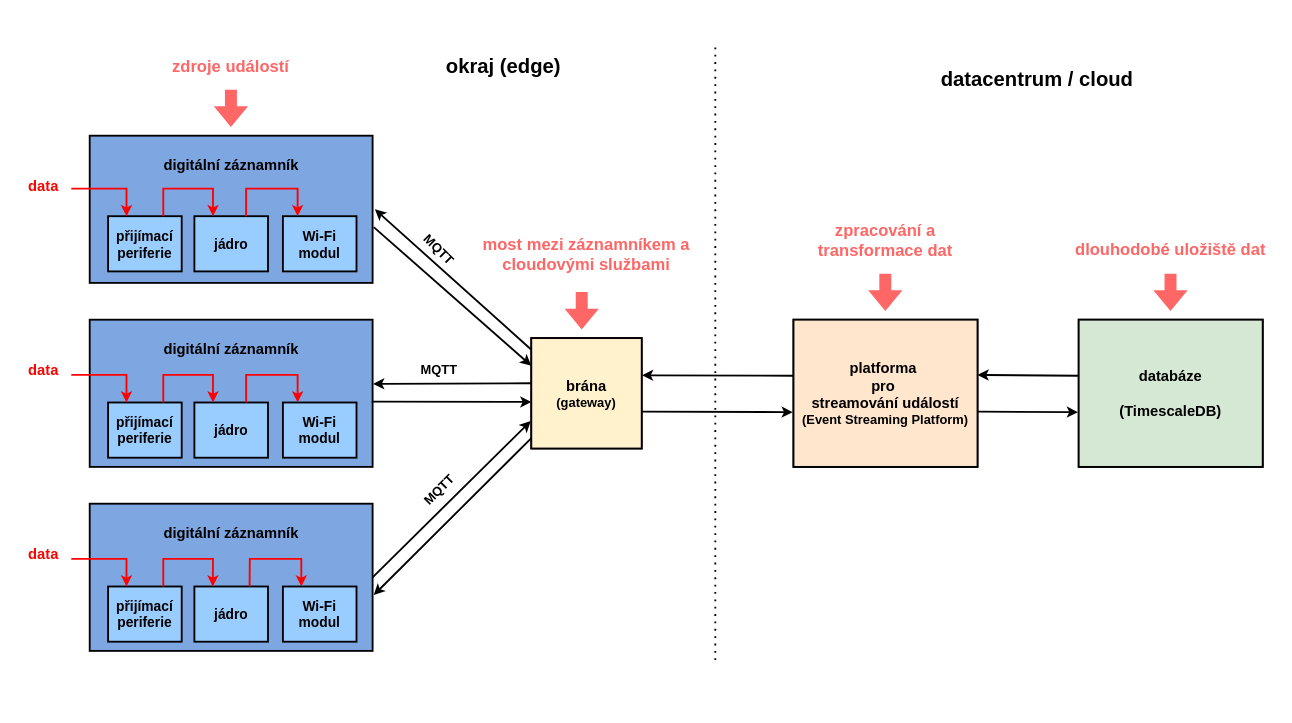
The draw.io diagram diagrams/advanced_architecture_of_datalogging/advanced_architecture_of_datalogging.drawio in Doly02/thesis, before the edit. Source tidied: cells renumbered, new cells numbered last; positions are measured from the earlier drawing's top-left corner, leaving out a move shared by most shapes. Both pictures are drawn from the tidied source at 92%, with x=0, y=0 at pixel (16, 43).
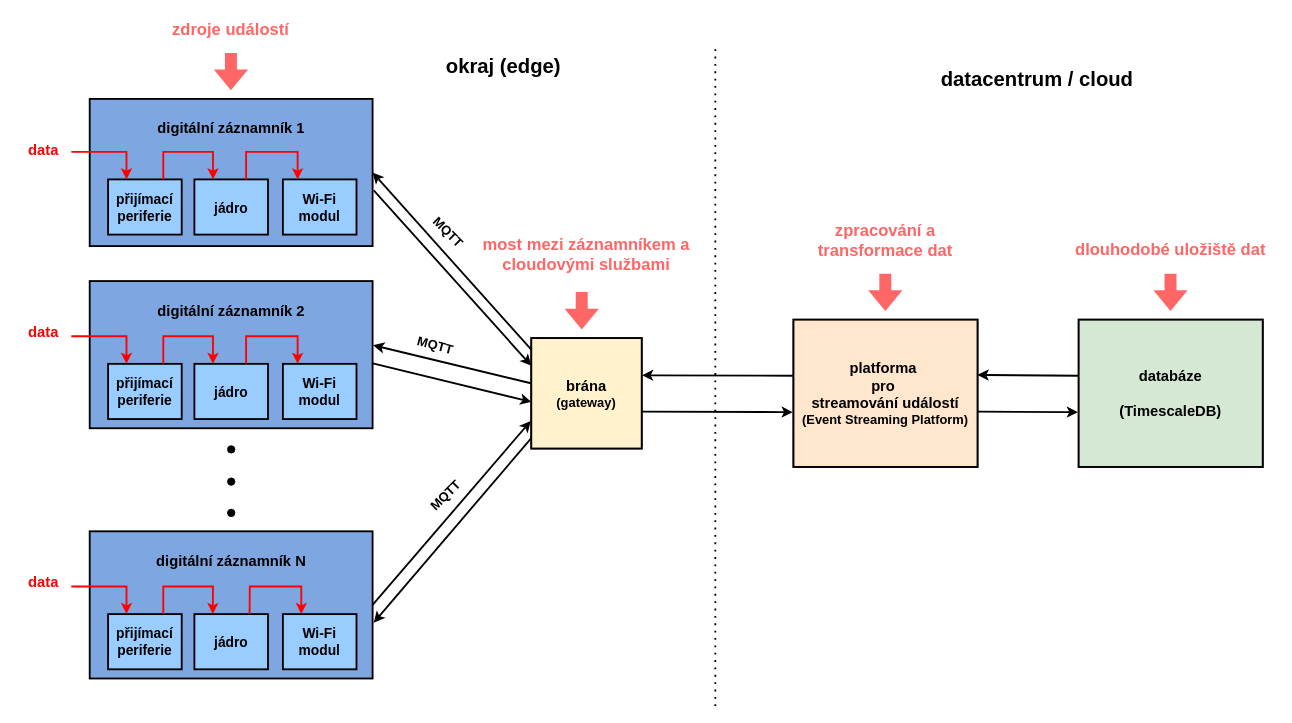
The same diagram, later.

Unchanged cells that the change refers to:
```xml
<mxCell id="6" value="&lt;font style=&quot;font-size: 16px;&quot;&gt;&lt;b&gt;brána&lt;/b&gt;&lt;/font&gt;&lt;div&gt;&lt;div&gt;&lt;font style=&quot;font-size: 14px;&quot;&gt;&lt;b style=&quot;&quot;&gt;(gateway)&lt;/b&gt;&lt;/font&gt;&lt;/div&gt;&lt;/div&gt;" style="text;html=1;align=center;verticalAlign=middle;whiteSpace=wrap;rounded=0;fillColor=#fff2cc;strokeColor=#000000;strokeWidth=2;" parent="1" vertex="1">
  <mxGeometry x="560" y="320" width="120" height="120" as="geometry" />
</mxCell>
```

What changed in the source:
```diff
@@
-    <mxCell id="2" value="&lt;font style=&quot;font-size: 16px;&quot;&gt;&lt;b&gt;digitální záznamník&lt;/b&gt;&lt;/font&gt;&lt;div&gt;&lt;font style=&quot;font-size: 16px;&quot;&gt;&lt;b&gt;&lt;br&gt;&lt;/b&gt;&lt;/font&gt;&lt;/div&gt;&lt;div&gt;&lt;font style=&quot;font-size: 16px;&quot;&gt;&lt;b&gt;&lt;br&gt;&lt;/b&gt;&lt;/font&gt;&lt;/div&gt;&lt;div&gt;&lt;font style=&quot;font-size: 16px;&quot;&gt;&lt;b&gt;&lt;br&gt;&lt;/b&gt;&lt;/font&gt;&lt;/div&gt;&lt;div&gt;&lt;font style=&quot;font-size: 16px;&quot;&gt;&lt;b&gt;&lt;br&gt;&lt;/b&gt;&lt;/font&gt;&lt;/div&gt;&lt;div&gt;&lt;font style=&quot;font-size: 16px;&quot;&gt;&lt;b&gt;&lt;br&gt;&lt;/b&gt;&lt;/font&gt;&lt;/div&gt;" style="text;html=1;align=center;verticalAlign=middle;whiteSpace=wrap;rounded=0;fillColor=#7EA6E0;strokeColor=default;strokeWidth=2;" parent="1" vertex="1">
-      <mxGeometry x="80" y="100" width="307.5" height="160" as="geometry" />
+    <mxCell id="2" value="&lt;font style=&quot;font-size: 16px;&quot;&gt;&lt;b&gt;digitální záznamník 1&lt;/b&gt;&lt;/font&gt;&lt;div&gt;&lt;font style=&quot;font-size: 16px;&quot;&gt;&lt;b&gt;&lt;br&gt;&lt;/b&gt;&lt;/font&gt;&lt;/div&gt;&lt;div&gt;&lt;font style=&quot;font-size: 16px;&quot;&gt;&lt;b&gt;&lt;br&gt;&lt;/b&gt;&lt;/font&gt;&lt;/div&gt;&lt;div&gt;&lt;font style=&quot;font-size: 16px;&quot;&gt;&lt;b&gt;&lt;br&gt;&lt;/b&gt;&lt;/font&gt;&lt;/div&gt;&lt;div&gt;&lt;font style=&quot;font-size: 16px;&quot;&gt;&lt;b&gt;&lt;br&gt;&lt;/b&gt;&lt;/font&gt;&lt;/div&gt;&lt;div&gt;&lt;font style=&quot;font-size: 16px;&quot;&gt;&lt;b&gt;&lt;br&gt;&lt;/b&gt;&lt;/font&gt;&lt;/div&gt;" style="text;html=1;align=center;verticalAlign=middle;whiteSpace=wrap;rounded=0;fillColor=#7EA6E0;strokeColor=default;strokeWidth=2;" parent="1" vertex="1">
+      <mxGeometry x="80" y="60" width="307.5" height="160" as="geometry" />
     </mxCell>
-    <mxCell id="3" value="&lt;font style=&quot;font-size: 16px;&quot;&gt;&lt;b&gt;digitální záznamník&lt;/b&gt;&lt;/font&gt;&lt;div&gt;&lt;font style=&quot;font-size: 16px;&quot;&gt;&lt;b&gt;&lt;br&gt;&lt;/b&gt;&lt;/font&gt;&lt;/div&gt;&lt;div&gt;&lt;font style=&quot;font-size: 16px;&quot;&gt;&lt;b&gt;&lt;br&gt;&lt;/b&gt;&lt;/font&gt;&lt;/div&gt;&lt;div&gt;&lt;font style=&quot;font-size: 16px;&quot;&gt;&lt;b&gt;&lt;br&gt;&lt;/b&gt;&lt;/font&gt;&lt;/div&gt;&lt;div&gt;&lt;font style=&quot;font-size: 16px;&quot;&gt;&lt;b&gt;&lt;br&gt;&lt;/b&gt;&lt;/font&gt;&lt;/div&gt;&lt;div&gt;&lt;font style=&quot;font-size: 16px;&quot;&gt;&lt;b&gt;&lt;br&gt;&lt;/b&gt;&lt;/font&gt;&lt;/div&gt;" style="text;html=1;align=center;verticalAlign=middle;whiteSpace=wrap;rounded=0;fillColor=#7EA6E0;strokeColor=default;strokeWidth=2;" parent="1" vertex="1">
-      <mxGeometry x="80" y="300" width="307.5" height="160" as="geometry" />
+    <mxCell id="3" value="&lt;font style=&quot;font-size: 16px;&quot;&gt;&lt;b&gt;digitální záznamník 2&lt;/b&gt;&lt;/font&gt;&lt;div&gt;&lt;font style=&quot;font-size: 16px;&quot;&gt;&lt;b&gt;&lt;br&gt;&lt;/b&gt;&lt;/font&gt;&lt;/div&gt;&lt;div&gt;&lt;font style=&quot;font-size: 16px;&quot;&gt;&lt;b&gt;&lt;br&gt;&lt;/b&gt;&lt;/font&gt;&lt;/div&gt;&lt;div&gt;&lt;font style=&quot;font-size: 16px;&quot;&gt;&lt;b&gt;&lt;br&gt;&lt;/b&gt;&lt;/font&gt;&lt;/div&gt;&lt;div&gt;&lt;font style=&quot;font-size: 16px;&quot;&gt;&lt;b&gt;&lt;br&gt;&lt;/b&gt;&lt;/font&gt;&lt;/div&gt;&lt;div&gt;&lt;font style=&quot;font-size: 16px;&quot;&gt;&lt;b&gt;&lt;br&gt;&lt;/b&gt;&lt;/font&gt;&lt;/div&gt;" style="text;html=1;align=center;verticalAlign=middle;whiteSpace=wrap;rounded=0;fillColor=#7EA6E0;strokeColor=default;strokeWidth=2;" parent="1" vertex="1">
+      <mxGeometry x="80" y="258" width="307.5" height="160" as="geometry" />
     </mxCell>
-    <mxCell id="4" value="&lt;font style=&quot;font-size: 16px;&quot;&gt;&lt;b&gt;digitální záznamník&lt;/b&gt;&lt;/font&gt;&lt;div&gt;&lt;font style=&quot;font-size: 16px;&quot;&gt;&lt;b&gt;&lt;br&gt;&lt;/b&gt;&lt;/font&gt;&lt;/div&gt;&lt;div&gt;&lt;font style=&quot;font-size: 16px;&quot;&gt;&lt;b&gt;&lt;br&gt;&lt;/b&gt;&lt;/font&gt;&lt;/div&gt;&lt;div&gt;&lt;font style=&quot;font-size: 16px;&quot;&gt;&lt;b&gt;&lt;br&gt;&lt;/b&gt;&lt;/font&gt;&lt;/div&gt;&lt;div&gt;&lt;font style=&quot;font-size: 16px;&quot;&gt;&lt;b&gt;&lt;br&gt;&lt;/b&gt;&lt;/font&gt;&lt;/div&gt;&lt;div&gt;&lt;font style=&quot;font-size: 16px;&quot;&gt;&lt;b&gt;&lt;br&gt;&lt;/b&gt;&lt;/font&gt;&lt;/div&gt;" style="text;html=1;align=center;verticalAlign=middle;whiteSpace=wrap;rounded=0;fillColor=#7EA6E0;strokeColor=default;strokeWidth=2;" parent="1" vertex="1">
-      <mxGeometry x="80" y="500" width="307.5" height="160" as="geometry" />
+    <mxCell id="4" value="&lt;font style=&quot;font-size: 16px;&quot;&gt;&lt;b&gt;digitální záznamník N&lt;/b&gt;&lt;/font&gt;&lt;div&gt;&lt;font style=&quot;font-size: 16px;&quot;&gt;&lt;b&gt;&lt;br&gt;&lt;/b&gt;&lt;/font&gt;&lt;/div&gt;&lt;div&gt;&lt;font style=&quot;font-size: 16px;&quot;&gt;&lt;b&gt;&lt;br&gt;&lt;/b&gt;&lt;/font&gt;&lt;/div&gt;&lt;div&gt;&lt;font style=&quot;font-size: 16px;&quot;&gt;&lt;b&gt;&lt;br&gt;&lt;/b&gt;&lt;/font&gt;&lt;/div&gt;&lt;div&gt;&lt;font style=&quot;font-size: 16px;&quot;&gt;&lt;b&gt;&lt;br&gt;&lt;/b&gt;&lt;/font&gt;&lt;/div&gt;&lt;div&gt;&lt;font style=&quot;font-size: 16px;&quot;&gt;&lt;b&gt;&lt;br&gt;&lt;/b&gt;&lt;/font&gt;&lt;/div&gt;" style="text;html=1;align=center;verticalAlign=middle;whiteSpace=wrap;rounded=0;fillColor=#7EA6E0;strokeColor=default;strokeWidth=2;" parent="1" vertex="1">
+      <mxGeometry x="80" y="530" width="307.5" height="160" as="geometry" />
     </mxCell>
@@
     <mxCell id="10" value="&lt;font style=&quot;font-size: 14px;&quot;&gt;&lt;b&gt;MQTT&lt;/b&gt;&lt;/font&gt;" style="text;html=1;align=center;verticalAlign=middle;whiteSpace=wrap;rounded=0;rotation=45;" parent="1" vertex="1">
-      <mxGeometry x="430" y="208.8" width="60" height="30" as="geometry" />
+      <mxGeometry x="440" y="190" width="60" height="30" as="geometry" />
     </mxCell>
@@
-    <mxCell id="12" style="endArrow=classic;html=1;rounded=0;exitX=-0.002;exitY=0.103;exitDx=0;exitDy=0;exitPerimeter=0;strokeWidth=2;" parent="1" edge="1" source="6">
-      <mxGeometry relative="1" as="geometry">
-        <mxPoint x="390" y="180" as="targetPoint" />
-      </mxGeometry>
+    <mxCell id="12" style="endArrow=classic;html=1;rounded=0;exitX=-0.002;exitY=0.103;exitDx=0;exitDy=0;exitPerimeter=0;strokeWidth=2;entryX=1;entryY=0.5;entryDx=0;entryDy=0;" parent="1" edge="1" source="6" target="2">
+      <mxGeometry relative="1" as="geometry" />
     </mxCell>
@@
-    <mxCell id="14" value="&lt;font style=&quot;font-size: 14px;&quot;&gt;&lt;b&gt;MQTT&lt;/b&gt;&lt;/font&gt;" style="text;html=1;align=center;verticalAlign=middle;whiteSpace=wrap;rounded=0;rotation=0;" parent="1" vertex="1">
-      <mxGeometry x="430" y="340" width="60" height="30" as="geometry" />
+    <mxCell id="14" value="&lt;font style=&quot;font-size: 14px;&quot;&gt;&lt;b&gt;MQTT&lt;/b&gt;&lt;/font&gt;" style="text;html=1;align=center;verticalAlign=middle;whiteSpace=wrap;rounded=0;rotation=15;" parent="1" vertex="1">
+      <mxGeometry x="426" y="313" width="60" height="30" as="geometry" />
     </mxCell>
     <mxCell id="15" value="&lt;font style=&quot;font-size: 14px;&quot;&gt;&lt;b&gt;MQTT&lt;/b&gt;&lt;/font&gt;" style="text;html=1;align=center;verticalAlign=middle;whiteSpace=wrap;rounded=0;rotation=-45;" parent="1" vertex="1">
-      <mxGeometry x="430" y="470" width="60" height="30" as="geometry" />
+      <mxGeometry x="437" y="476" width="60" height="30" as="geometry" />
     </mxCell>
@@
     <mxCell id="20" style="shape=flexArrow;endArrow=classic;html=1;rounded=0;strokeWidth=2;fillColor=#FF6666;strokeColor=#FF6666;" parent="1" edge="1">
       <mxGeometry relative="1" as="geometry">
-        <mxPoint x="233.5" y="50" as="sourcePoint" />
-        <mxPoint x="233.5" y="90" as="targetPoint" />
+        <mxPoint x="233.5" y="10" as="sourcePoint" />
+        <mxPoint x="233.5" y="50" as="targetPoint" />
       </mxGeometry>
     </mxCell>
     <mxCell id="21" value="&lt;font style=&quot;font-size: 18px; color: rgb(255, 102, 102);&quot;&gt;&lt;b&gt;zdroje událostí&lt;/b&gt;&lt;/font&gt;" style="text;html=1;align=center;verticalAlign=middle;whiteSpace=wrap;rounded=0;fillColor=none;strokeColor=none;" parent="1" vertex="1">
-      <mxGeometry x="151.2" y="10" width="165" height="30" as="geometry" />
+      <mxGeometry x="151.2" y="-30" width="165" height="30" as="geometry" />
     </mxCell>
@@
     <mxCell id="26" style="endArrow=none;dashed=1;html=1;dashPattern=1 3;strokeWidth=2;rounded=0;" parent="1" edge="1">
       <mxGeometry relative="1" as="geometry">
-        <mxPoint x="760" y="670" as="sourcePoint" />
+        <mxPoint x="760" y="720" as="sourcePoint" />
         <mxPoint x="760" as="targetPoint" />
       </mxGeometry>
     </mxCell>
@@
     <mxCell id="35" value="&lt;font style=&quot;font-size: 15px;&quot;&gt;&lt;b&gt;přijímací&lt;/b&gt;&lt;/font&gt;&lt;div&gt;&lt;font style=&quot;font-size: 15px;&quot;&gt;&lt;b&gt;periferie&lt;/b&gt;&lt;/font&gt;&lt;/div&gt;" style="rounded=0;whiteSpace=wrap;html=1;strokeWidth=2;fillColor=#99CCFF;" parent="1" vertex="1">
-      <mxGeometry x="100" y="590" width="80" height="60" as="geometry" />
+      <mxGeometry x="100" y="620" width="80" height="60" as="geometry" />
     </mxCell>
     <mxCell id="36" value="&lt;span style=&quot;font-size: 15px;&quot;&gt;&lt;b&gt;Wi-Fi&lt;/b&gt;&lt;/span&gt;&lt;div&gt;&lt;span style=&quot;font-size: 15px;&quot;&gt;&lt;b&gt;modul&lt;/b&gt;&lt;/span&gt;&lt;/div&gt;" style="rounded=0;whiteSpace=wrap;html=1;strokeWidth=2;fillColor=#99CCFF;" parent="1" vertex="1">
-      <mxGeometry x="290" y="590" width="80" height="60" as="geometry" />
+      <mxGeometry x="290" y="620" width="80" height="60" as="geometry" />
     </mxCell>
     <mxCell id="37" value="&lt;span style=&quot;font-size: 15px;&quot;&gt;&lt;b&gt;Wi-Fi&lt;/b&gt;&lt;/span&gt;&lt;div&gt;&lt;span style=&quot;font-size: 15px;&quot;&gt;&lt;b&gt;modul&lt;/b&gt;&lt;/span&gt;&lt;/div&gt;" style="rounded=0;whiteSpace=wrap;html=1;strokeWidth=2;fillColor=#99CCFF;" parent="1" vertex="1">
-      <mxGeometry x="290" y="390" width="80" height="60" as="geometry" />
+      <mxGeometry x="290" y="348" width="80" height="60" as="geometry" />
     </mxCell>
     <mxCell id="38" value="&lt;font style=&quot;font-size: 15px;&quot;&gt;&lt;b&gt;přijímací&lt;/b&gt;&lt;/font&gt;&lt;div&gt;&lt;font style=&quot;font-size: 15px;&quot;&gt;&lt;b&gt;periferie&lt;/b&gt;&lt;/font&gt;&lt;/div&gt;" style="rounded=0;whiteSpace=wrap;html=1;strokeWidth=2;fillColor=#99CCFF;" parent="1" vertex="1">
-      <mxGeometry x="100" y="390" width="80" height="60" as="geometry" />
+      <mxGeometry x="100" y="348" width="80" height="60" as="geometry" />
     </mxCell>
     <mxCell id="39" value="&lt;font style=&quot;font-size: 15px;&quot;&gt;&lt;b&gt;přijímací&lt;/b&gt;&lt;/font&gt;&lt;div&gt;&lt;font style=&quot;font-size: 15px;&quot;&gt;&lt;b&gt;periferie&lt;/b&gt;&lt;/font&gt;&lt;/div&gt;" style="rounded=0;whiteSpace=wrap;html=1;strokeWidth=2;fillColor=#99CCFF;" parent="1" vertex="1">
-      <mxGeometry x="100" y="187.5" width="80" height="60" as="geometry" />
+      <mxGeometry x="100" y="147.5" width="80" height="60" as="geometry" />
     </mxCell>
     <mxCell id="40" value="&lt;span style=&quot;font-size: 15px;&quot;&gt;&lt;b&gt;jádro&lt;/b&gt;&lt;/span&gt;" style="rounded=0;whiteSpace=wrap;html=1;strokeWidth=2;fillColor=#99CCFF;" parent="1" vertex="1">
-      <mxGeometry x="193.8" y="187.5" width="80" height="60" as="geometry" />
+      <mxGeometry x="193.8" y="147.5" width="80" height="60" as="geometry" />
     </mxCell>
     <mxCell id="41" value="&lt;span style=&quot;font-size: 15px;&quot;&gt;&lt;b&gt;jádro&lt;/b&gt;&lt;/span&gt;" style="rounded=0;whiteSpace=wrap;html=1;strokeWidth=2;fillColor=#99CCFF;" parent="1" vertex="1">
-      <mxGeometry x="193.8" y="590" width="80" height="60" as="geometry" />
+      <mxGeometry x="193.8" y="620" width="80" height="60" as="geometry" />
     </mxCell>
     <mxCell id="42" value="&lt;span style=&quot;font-size: 15px;&quot;&gt;&lt;b&gt;jádro&lt;/b&gt;&lt;/span&gt;" style="rounded=0;whiteSpace=wrap;html=1;strokeWidth=2;fillColor=#99CCFF;" parent="1" vertex="1">
-      <mxGeometry x="193.8" y="390" width="80" height="60" as="geometry" />
+      <mxGeometry x="193.8" y="348" width="80" height="60" as="geometry" />
     </mxCell>
     <mxCell id="43" value="&lt;span style=&quot;font-size: 15px;&quot;&gt;&lt;b&gt;Wi-Fi&lt;/b&gt;&lt;/span&gt;&lt;div&gt;&lt;span style=&quot;font-size: 15px;&quot;&gt;&lt;b&gt;modul&lt;/b&gt;&lt;/span&gt;&lt;/div&gt;" style="rounded=0;whiteSpace=wrap;html=1;strokeWidth=2;fillColor=#99CCFF;" parent="1" vertex="1">
-      <mxGeometry x="290" y="187.5" width="80" height="60" as="geometry" />
+      <mxGeometry x="290" y="147.5" width="80" height="60" as="geometry" />
     </mxCell>
     <mxCell id="44" style="endArrow=classic;html=1;rounded=0;entryX=0.25;entryY=0;entryDx=0;entryDy=0;strokeColor=#FF0000;strokeWidth=2;" parent="1" edge="1" target="35">
       <mxGeometry relative="1" as="geometry">
-        <mxPoint x="60" y="560" as="sourcePoint" />
+        <mxPoint x="60" y="590" as="sourcePoint" />
         <Array as="points">
-          <mxPoint x="120" y="560" />
+          <mxPoint x="120" y="590" />
         </Array>
       </mxGeometry>
     </mxCell>
     <mxCell id="45" style="endArrow=classic;html=1;rounded=0;exitX=0.75;exitY=0;exitDx=0;exitDy=0;entryX=0.25;entryY=0;entryDx=0;entryDy=0;strokeColor=#FF0000;strokeWidth=2;" parent="1" edge="1" source="35" target="41">
       <mxGeometry relative="1" as="geometry">
         <Array as="points">
-          <mxPoint x="160" y="560" />
-          <mxPoint x="214" y="560" />
+          <mxPoint x="160" y="590" />
+          <mxPoint x="214" y="590" />
         </Array>
       </mxGeometry>
     </mxCell>
     <mxCell id="46" style="endArrow=classic;html=1;rounded=0;entryX=0.25;entryY=0;entryDx=0;entryDy=0;exitX=0.75;exitY=0;exitDx=0;exitDy=0;strokeColor=#FF0000;strokeWidth=2;" parent="1" edge="1" source="41" target="36">
       <mxGeometry relative="1" as="geometry">
         <Array as="points">
-          <mxPoint x="254" y="560" />
-          <mxPoint x="310" y="560" />
-          <mxPoint x="310" y="570" />
+          <mxPoint x="254" y="590" />
+          <mxPoint x="310" y="590" />
+          <mxPoint x="310" y="600" />
         </Array>
       </mxGeometry>
     </mxCell>
     <mxCell id="47" style="endArrow=classic;html=1;rounded=0;entryX=0.25;entryY=0;entryDx=0;entryDy=0;exitX=0.75;exitY=0;exitDx=0;exitDy=0;strokeColor=#FF0000;strokeWidth=2;" parent="1" edge="1">
       <mxGeometry relative="1" as="geometry">
-        <mxPoint x="250" y="390" as="sourcePoint" />
-        <mxPoint x="306" y="390" as="targetPoint" />
+        <mxPoint x="250" y="348" as="sourcePoint" />
+        <mxPoint x="306" y="348" as="targetPoint" />
         <Array as="points">
-          <mxPoint x="250" y="360" />
-          <mxPoint x="306" y="360" />
-          <mxPoint x="306" y="370" />
+          <mxPoint x="250" y="318" />
+          <mxPoint x="306" y="318" />
+          <mxPoint x="306" y="328" />
         </Array>
       </mxGeometry>
     </mxCell>
     <mxCell id="48" style="endArrow=classic;html=1;rounded=0;exitX=0.75;exitY=0;exitDx=0;exitDy=0;entryX=0.25;entryY=0;entryDx=0;entryDy=0;strokeColor=#FF0000;strokeWidth=2;" parent="1" edge="1">
       <mxGeometry relative="1" as="geometry">
-        <mxPoint x="160" y="390" as="sourcePoint" />
-        <mxPoint x="214" y="390" as="targetPoint" />
+        <mxPoint x="160" y="348" as="sourcePoint" />
+        <mxPoint x="214" y="348" as="targetPoint" />
         <Array as="points">
-          <mxPoint x="160" y="360" />
-          <mxPoint x="214" y="360" />
+          <mxPoint x="160" y="318" />
+          <mxPoint x="214" y="318" />
         </Array>
       </mxGeometry>
     </mxCell>
     <mxCell id="49" style="endArrow=classic;html=1;rounded=0;entryX=0.25;entryY=0;entryDx=0;entryDy=0;strokeColor=#FF0000;strokeWidth=2;" parent="1" edge="1">
       <mxGeometry relative="1" as="geometry">
-        <mxPoint x="60" y="360" as="sourcePoint" />
-        <mxPoint x="120" y="390" as="targetPoint" />
+        <mxPoint x="60" y="318" as="sourcePoint" />
+        <mxPoint x="120" y="348" as="targetPoint" />
         <Array as="points">
-          <mxPoint x="120" y="360" />
+          <mxPoint x="120" y="318" />
         </Array>
       </mxGeometry>
     </mxCell>
     <mxCell id="50" style="endArrow=classic;html=1;rounded=0;entryX=0.25;entryY=0;entryDx=0;entryDy=0;exitX=0.75;exitY=0;exitDx=0;exitDy=0;strokeColor=#FF0000;strokeWidth=2;" parent="1" edge="1">
       <mxGeometry relative="1" as="geometry">
-        <mxPoint x="250" y="187.5" as="sourcePoint" />
-        <mxPoint x="306" y="187.5" as="targetPoint" />
+        <mxPoint x="250" y="147.5" as="sourcePoint" />
+        <mxPoint x="306" y="147.5" as="targetPoint" />
         <Array as="points">
-          <mxPoint x="250" y="157.5" />
-          <mxPoint x="306" y="157.5" />
-          <mxPoint x="306" y="167.5" />
+          <mxPoint x="250" y="117.5" />
+          <mxPoint x="306" y="117.5" />
+          <mxPoint x="306" y="127.5" />
         </Array>
       </mxGeometry>
     </mxCell>
     <mxCell id="51" style="endArrow=classic;html=1;rounded=0;exitX=0.75;exitY=0;exitDx=0;exitDy=0;entryX=0.25;entryY=0;entryDx=0;entryDy=0;strokeColor=#FF0000;strokeWidth=2;" parent="1" edge="1">
       <mxGeometry relative="1" as="geometry">
-        <mxPoint x="160" y="187.5" as="sourcePoint" />
-        <mxPoint x="214" y="187.5" as="targetPoint" />
+        <mxPoint x="160" y="147.5" as="sourcePoint" />
+        <mxPoint x="214" y="147.5" as="targetPoint" />
         <Array as="points">
-          <mxPoint x="160" y="157.5" />
-          <mxPoint x="214" y="157.5" />
+          <mxPoint x="160" y="117.5" />
+          <mxPoint x="214" y="117.5" />
         </Array>
       </mxGeometry>
     </mxCell>
     <mxCell id="52" style="endArrow=classic;html=1;rounded=0;entryX=0.25;entryY=0;entryDx=0;entryDy=0;strokeColor=#FF0000;strokeWidth=2;" parent="1" edge="1">
       <mxGeometry relative="1" as="geometry">
-        <mxPoint x="60" y="157.5" as="sourcePoint" />
-        <mxPoint x="120" y="187.5" as="targetPoint" />
+        <mxPoint x="60" y="117.5" as="sourcePoint" />
+        <mxPoint x="120" y="147.5" as="targetPoint" />
         <Array as="points">
-          <mxPoint x="120" y="157.5" />
+          <mxPoint x="120" y="117.5" />
         </Array>
       </mxGeometry>
     </mxCell>
     <mxCell id="53" value="&lt;font style=&quot;font-size: 16px; color: rgb(255, 0, 0);&quot;&gt;&lt;b&gt;data&lt;/b&gt;&lt;/font&gt;" style="text;html=1;align=center;verticalAlign=middle;whiteSpace=wrap;rounded=0;" parent="1" vertex="1">
-      <mxGeometry y="140" width="60" height="30" as="geometry" />
+      <mxGeometry y="100" width="60" height="30" as="geometry" />
     </mxCell>
     <mxCell id="54" value="&lt;font style=&quot;font-size: 16px; color: rgb(255, 0, 0);&quot;&gt;&lt;b&gt;data&lt;/b&gt;&lt;/font&gt;" style="text;html=1;align=center;verticalAlign=middle;whiteSpace=wrap;rounded=0;" parent="1" vertex="1">
-      <mxGeometry y="340" width="60" height="30" as="geometry" />
+      <mxGeometry y="298" width="60" height="30" as="geometry" />
     </mxCell>
     <mxCell id="55" value="&lt;font style=&quot;font-size: 16px; color: rgb(255, 0, 0);&quot;&gt;&lt;b&gt;data&lt;/b&gt;&lt;/font&gt;" style="text;html=1;align=center;verticalAlign=middle;whiteSpace=wrap;rounded=0;" parent="1" vertex="1">
-      <mxGeometry y="540" width="60" height="30" as="geometry" />
+      <mxGeometry y="570" width="60" height="30" as="geometry" />
     </mxCell>
+    <mxCell id="56" style="ellipse;whiteSpace=wrap;html=1;fillColor=#000000;" parent="1" vertex="1">
+      <mxGeometry x="229.8" y="437" width="8" height="8" as="geometry" />
+    </mxCell>
+    <mxCell id="57" style="ellipse;whiteSpace=wrap;html=1;fillColor=#000000;" parent="1" vertex="1">
+      <mxGeometry x="229.8" y="472" width="8" height="8" as="geometry" />
+    </mxCell>
+    <mxCell id="58" style="ellipse;whiteSpace=wrap;html=1;fillColor=#000000;" parent="1" vertex="1">
+      <mxGeometry x="229.8" y="506" width="8" height="8" as="geometry" />
+    </mxCell>
```
